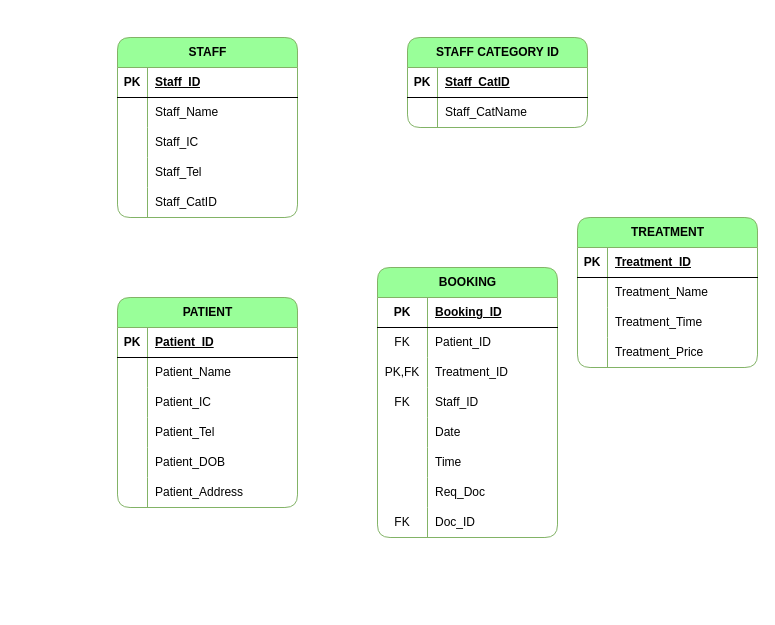
This is NEWERD.drawio from Farihafarel/asg-311individual, a draw.io file, before an edit. Source tidied: cells renumbered, new cells numbered last; positions are measured from the earlier drawing's top-left corner, leaving out a move shared by most shapes. Both pictures are drawn from the tidied source at 100%, with x=0, y=0 at pixel (117, 37).
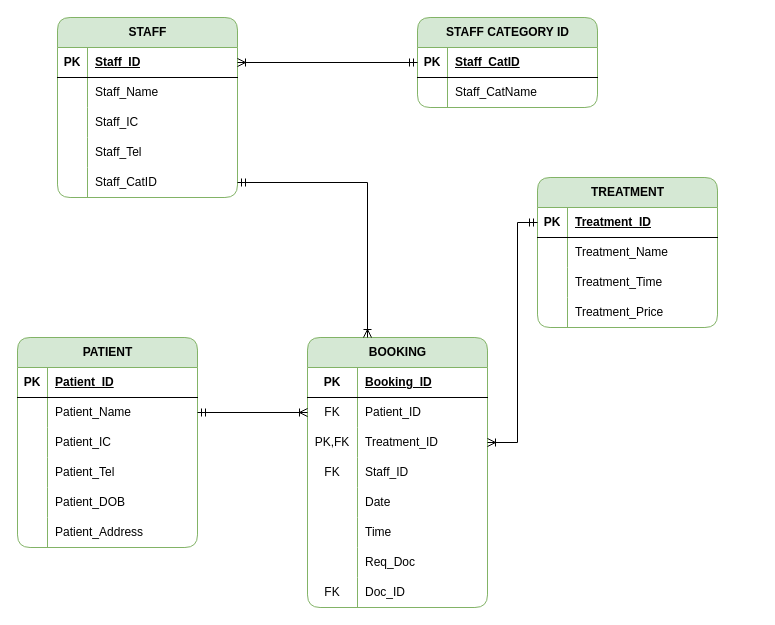
After the change.

The change refers to these unchanged cells:
```xml
<mxCell id="3" style="shape=tableRow;horizontal=0;startSize=0;swimlaneHead=0;swimlaneBody=0;fillColor=none;points=[[0,0.5],[1,0.5]];portConstraint=eastwest;top=0;left=0;right=0;bottom=1;" parent="2" vertex="1">
  <mxGeometry y="30" width="180" height="30" as="geometry" />
</mxCell>
<mxCell id="15" style="shape=tableRow;horizontal=0;startSize=0;swimlaneHead=0;swimlaneBody=0;fillColor=none;points=[[0,0.5],[1,0.5]];portConstraint=eastwest;top=0;left=0;right=0;bottom=0;" parent="2" vertex="1">
  <mxGeometry y="150" width="180" height="30" as="geometry" />
</mxCell>
<mxCell id="19" style="shape=tableRow;horizontal=0;startSize=0;swimlaneHead=0;swimlaneBody=0;fillColor=none;points=[[0,0.5],[1,0.5]];portConstraint=eastwest;top=0;left=0;right=0;bottom=1;" parent="18" vertex="1">
  <mxGeometry y="30" width="180" height="30" as="geometry" />
</mxCell>
<mxCell id="29" style="shape=tableRow;horizontal=0;startSize=0;swimlaneHead=0;swimlaneBody=0;fillColor=none;points=[[0,0.5],[1,0.5]];portConstraint=eastwest;top=0;left=0;right=0;bottom=0;" parent="25" vertex="1">
  <mxGeometry y="60" width="180" height="30" as="geometry" />
</mxCell>
<mxCell id="45" style="shape=tableRow;horizontal=0;startSize=0;swimlaneHead=0;swimlaneBody=0;fillColor=none;points=[[0,0.5],[1,0.5]];portConstraint=eastwest;top=0;left=0;right=0;bottom=1;" parent="44" vertex="1">
  <mxGeometry y="30" width="180" height="30" as="geometry" />
</mxCell>
<mxCell id="61" style="shape=tableRow;horizontal=0;startSize=0;swimlaneHead=0;swimlaneBody=0;fillColor=none;points=[[0,0.5],[1,0.5]];portConstraint=eastwest;top=0;left=0;right=0;bottom=0;" parent="57" vertex="1">
  <mxGeometry y="60" width="180" height="30" as="geometry" />
</mxCell>
<mxCell id="64" style="shape=tableRow;horizontal=0;startSize=0;swimlaneHead=0;swimlaneBody=0;fillColor=none;points=[[0,0.5],[1,0.5]];portConstraint=eastwest;top=0;left=0;right=0;bottom=0;" parent="57" vertex="1">
  <mxGeometry y="90" width="180" height="30" as="geometry" />
</mxCell>
```

Diff of the diagram source:
```diff
@@
-    <mxCell id="2" value="STAFF" style="shape=table;startSize=30;childLayout=tableLayout;rowLines=0;fontStyle=1;align=center;html=1;rounded=1;arcSize=14;fillColor=#99FF99;strokeColor=#82b366;" parent="1" vertex="1">
-      <mxGeometry width="180" height="180" as="geometry" />
+    <mxCell id="2" value="STAFF" style="shape=table;startSize=30;childLayout=tableLayout;rowLines=0;fontStyle=1;align=center;html=1;rounded=1;arcSize=14;fillColor=#d5e8d4;strokeColor=#82b366;" parent="1" vertex="1">
+      <mxGeometry x="-60" y="-20" width="180" height="180" as="geometry" />
     </mxCell>
@@
-    <mxCell id="18" value="STAFF CATEGORY ID" style="shape=table;startSize=30;childLayout=tableLayout;rowLines=0;fontStyle=1;align=center;html=1;rounded=1;arcSize=14;fillColor=#99FF99;strokeColor=#82b366;" parent="1" vertex="1">
-      <mxGeometry x="290" width="180" height="90" as="geometry" />
+    <mxCell id="18" value="STAFF CATEGORY ID" style="shape=table;startSize=30;childLayout=tableLayout;rowLines=0;fontStyle=1;align=center;html=1;rounded=1;arcSize=14;fillColor=#d5e8d4;strokeColor=#82b366;" parent="1" vertex="1">
+      <mxGeometry x="300" y="-20" width="180" height="90" as="geometry" />
     </mxCell>
@@
-    <mxCell id="25" value="PATIENT" style="shape=table;startSize=30;childLayout=tableLayout;rowLines=0;fontStyle=1;align=center;html=1;rounded=1;arcSize=14;fillColor=#99FF99;strokeColor=#82b366;" parent="1" vertex="1">
-      <mxGeometry y="260" width="180" height="210" as="geometry" />
+    <mxCell id="25" value="PATIENT" style="shape=table;startSize=30;childLayout=tableLayout;rowLines=0;fontStyle=1;align=center;html=1;rounded=1;arcSize=14;fillColor=#d5e8d4;strokeColor=#82b366;" parent="1" vertex="1">
+      <mxGeometry x="-100" y="300" width="180" height="210" as="geometry" />
     </mxCell>
@@
-    <mxCell id="44" value="TREATMENT" style="shape=table;startSize=30;childLayout=tableLayout;rowLines=0;fontStyle=1;align=center;html=1;rounded=1;arcSize=14;fillColor=#99FF99;strokeColor=#82b366;" parent="1" vertex="1">
-      <mxGeometry x="460" y="180" width="180" height="150" as="geometry" />
+    <mxCell id="44" value="TREATMENT" style="shape=table;startSize=30;childLayout=tableLayout;rowLines=0;fontStyle=1;align=center;html=1;rounded=1;arcSize=14;fillColor=#d5e8d4;strokeColor=#82b366;" parent="1" vertex="1">
+      <mxGeometry x="420" y="140" width="180" height="150" as="geometry" />
     </mxCell>
@@
-    <mxCell id="57" value="BOOKING" style="shape=table;startSize=30;childLayout=tableLayout;rowLines=0;fontStyle=1;align=center;html=1;rounded=1;arcSize=14;fillColor=#99FF99;strokeColor=#82b366;" parent="1" vertex="1">
-      <mxGeometry x="260" y="230" width="180" height="270" as="geometry" />
+    <mxCell id="57" value="BOOKING" style="shape=table;startSize=30;childLayout=tableLayout;rowLines=0;fontStyle=1;align=center;html=1;rounded=1;arcSize=14;fillColor=#d5e8d4;strokeColor=#82b366;" parent="1" vertex="1">
+      <mxGeometry x="190" y="300" width="180" height="270" as="geometry" />
     </mxCell>
@@
+    <mxCell id="82" style="edgeStyle=none;jettySize=auto;html=1;rounded=0;endArrow=ERmandOne;endFill=0;startArrow=ERoneToMany;startFill=0;exitX=1;exitY=0.5;exitDx=0;exitDy=0;entryX=0;entryY=0.5;entryDx=0;entryDy=0;" parent="1" edge="1" source="3" target="19">
+      <mxGeometry relative="1" as="geometry" />
+    </mxCell>
+    <mxCell id="83" style="edgeStyle=none;jettySize=auto;html=1;rounded=0;endArrow=ERoneToMany;endFill=0;startArrow=ERmandOne;startFill=0;exitX=1;exitY=0.5;exitDx=0;exitDy=0;entryX=0;entryY=0.5;entryDx=0;entryDy=0;" parent="1" edge="1" source="29" target="61">
+      <mxGeometry relative="1" as="geometry" />
+    </mxCell>
+    <mxCell id="84" style="edgeStyle=none;jettySize=auto;html=1;rounded=0;startArrow=ERoneToMany;startFill=0;endArrow=ERmandOne;endFill=0;exitX=1;exitY=0.5;exitDx=0;exitDy=0;entryX=0;entryY=0.5;entryDx=0;entryDy=0;" parent="1" edge="1" source="64" target="45">
+      <mxGeometry relative="1" as="geometry">
+        <Array as="points">
+          <mxPoint x="400" y="405" />
+          <mxPoint x="400" y="185" />
+        </Array>
+      </mxGeometry>
+    </mxCell>
+    <mxCell id="85" style="edgeStyle=none;jettySize=auto;html=1;rounded=0;startArrow=ERmandOne;startFill=0;endArrow=ERoneToMany;endFill=0;exitX=1;exitY=0.5;exitDx=0;exitDy=0;" parent="1" edge="1" source="15">
+      <mxGeometry relative="1" as="geometry">
+        <mxPoint x="250" y="300" as="targetPoint" />
+        <Array as="points">
+          <mxPoint x="250" y="145" />
+        </Array>
+      </mxGeometry>
+    </mxCell>
```
